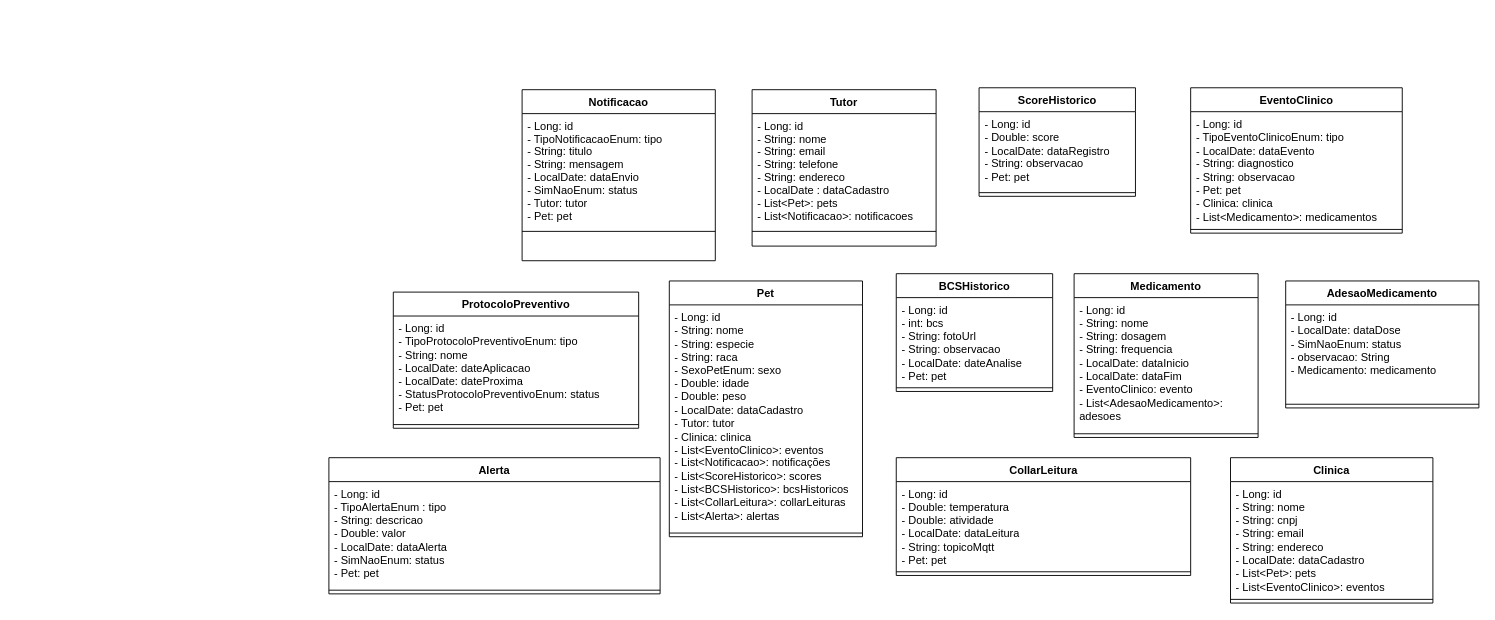
The draw.io diagram PetTrack.drawio in Challenge-PetTrack/JAVA-ADVANCED, before the edit. Source tidied: cells renumbered, new cells numbered last; positions are measured from the earlier drawing's top-left corner, leaving out a move shared by most shapes. Both pictures are drawn from the tidied source at 92%, with x=0, y=0 at pixel (328, 87).
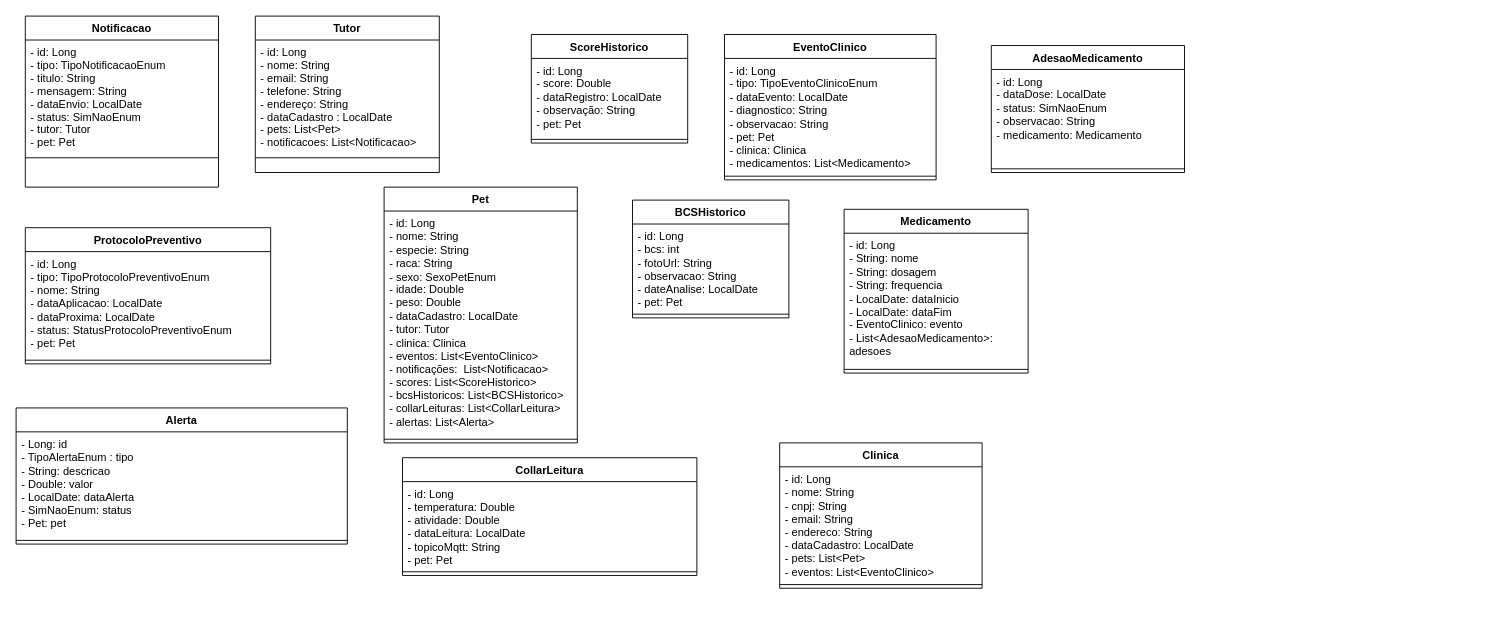
After the change.

Commit message (it also covers changes not shown here):
Arrumando diagrama de entidades e pdf

What changed in the source:
```diff
@@
     <mxCell id="2" value="Notificacao" style="swimlane;fontStyle=1;align=center;verticalAlign=top;horizontal=1;startSize=26;rounded=0;shadow=0;strokeWidth=1;" parent="1" vertex="1">
-      <mxGeometry x="210" y="2" width="210" height="185.9" as="geometry" />
+      <mxGeometry x="-330" y="-78" width="210" height="185.9" as="geometry" />
     </mxCell>
-    <mxCell id="3" value="- Long: id&#10;- TipoNotificacaoEnum: tipo&#10;- String: titulo&#10;- String: mensagem&#10;- LocalDate: dataEnvio&#10;- SimNaoEnum: status&#10;- Tutor: tutor&#10;- Pet: pet" style="text;align=left;verticalAlign=top;spacingLeft=4;spacingRight=4;overflow=hidden;rounded=0;shadow=0;html=0;" parent="2" vertex="1">
+    <mxCell id="3" value="- id: Long&#10;- tipo: TipoNotificacaoEnum&#10;- titulo: String&#10;- mensagem: String&#10;- dataEnvio: LocalDate&#10;- status: SimNaoEnum&#10;- tutor: Tutor&#10;- pet: Pet" style="text;align=left;verticalAlign=top;spacingLeft=4;spacingRight=4;overflow=hidden;rounded=0;shadow=0;html=0;" parent="2" vertex="1">
       <mxGeometry y="26" width="210" height="124" as="geometry" />
     </mxCell>
@@
     <mxCell id="5" value="Tutor" style="swimlane;fontStyle=1;align=center;verticalAlign=top;horizontal=1;startSize=26;rounded=0;shadow=0;strokeWidth=1;" parent="1" vertex="1">
-      <mxGeometry x="460" y="2" width="200" height="170" as="geometry" />
+      <mxGeometry x="-80" y="-78" width="200" height="170" as="geometry" />
     </mxCell>
-    <mxCell id="6" value="- Long: id&#10;- String: nome&#10;- String: email&#10;- String: telefone&#10;- String: endereco&#10;- LocalDate : dataCadastro&#10;- List&lt;Pet&gt;: pets&#10;- List&lt;Notificacao&gt;: notificacoes&#10;" style="text;align=left;verticalAlign=top;spacingLeft=4;spacingRight=4;overflow=hidden;rounded=0;shadow=0;html=0;" parent="5" vertex="1">
+    <mxCell id="6" value="- id: Long&#10;- nome: String&#10;- email: String&#10;- telefone: String&#10;- endereço: String&#10;- dataCadastro : LocalDate&#10;- pets: List&lt;Pet&gt;&#10;- notificacoes: List&lt;Notificacao&gt;&#10;" style="text;align=left;verticalAlign=top;spacingLeft=4;spacingRight=4;overflow=hidden;rounded=0;shadow=0;html=0;" parent="5" vertex="1">
       <mxGeometry y="26" width="200" height="124" as="geometry" />
     </mxCell>
@@
     <mxCell id="8" value="ScoreHistorico" style="swimlane;fontStyle=1;align=center;verticalAlign=top;horizontal=1;startSize=26;whiteSpace=wrap;html=1;" parent="1" vertex="1">
-      <mxGeometry x="706.7" y="-0.1" width="170" height="118" as="geometry" />
+      <mxGeometry x="220" y="-58" width="170" height="118" as="geometry" />
     </mxCell>
-    <mxCell id="9" value="- Long: id&lt;div&gt;- Double: score&lt;/div&gt;&lt;div&gt;- LocalDate: dataRegistro&lt;/div&gt;&lt;div&gt;- String: observacao&lt;/div&gt;&lt;div&gt;- Pet: pet&lt;br&gt;&lt;/div&gt;" style="text;strokeColor=none;fillColor=none;align=left;verticalAlign=top;spacingLeft=4;spacingRight=4;overflow=hidden;whiteSpace=wrap;html=1;" parent="8" vertex="1">
+    <mxCell id="9" value="- id: Long&lt;div&gt;- score: Double&lt;/div&gt;&lt;div&gt;- dataRegistro: LocalDate&lt;/div&gt;&lt;div&gt;- observação: String&lt;/div&gt;&lt;div&gt;- pet: Pet&lt;br&gt;&lt;/div&gt;" style="text;strokeColor=none;fillColor=none;align=left;verticalAlign=top;spacingLeft=4;spacingRight=4;overflow=hidden;whiteSpace=wrap;html=1;" parent="8" vertex="1">
       <mxGeometry y="26" width="170" height="84" as="geometry" />
     </mxCell>
@@
     <mxCell id="11" value="EventoClinico" style="swimlane;fontStyle=1;align=center;verticalAlign=top;horizontal=1;startSize=26;whiteSpace=wrap;html=1;" parent="1" vertex="1">
-      <mxGeometry x="936.7" y="-0.1" width="230" height="158" as="geometry" />
+      <mxGeometry x="430" y="-58" width="230" height="158" as="geometry" />
     </mxCell>
-    <mxCell id="12" value="- Long: id&lt;div&gt;- TipoEventoClinicoEnum: tipo&lt;/div&gt;&lt;div&gt;- LocalDate: dataEvento&lt;/div&gt;&lt;div&gt;- String: diagnostico&lt;/div&gt;&lt;div&gt;- String: observacao&lt;/div&gt;&lt;div&gt;- Pet: pet&lt;/div&gt;&lt;div&gt;- Clinica: clinica&lt;/div&gt;&lt;div&gt;- List&amp;lt;Medicamento&amp;gt;: medicamentos&lt;br&gt;&lt;/div&gt;" style="text;strokeColor=none;fillColor=none;align=left;verticalAlign=top;spacingLeft=4;spacingRight=4;overflow=hidden;whiteSpace=wrap;html=1;" parent="11" vertex="1">
+    <mxCell id="12" value="- id: Long&lt;div&gt;- tipo: TipoEventoClinicoEnum&lt;/div&gt;&lt;div&gt;- dataEvento: LocalDate&lt;/div&gt;&lt;div&gt;- diagnostico: String&lt;/div&gt;&lt;div&gt;- observacao: String&lt;/div&gt;&lt;div&gt;- pet: Pet&lt;/div&gt;&lt;div&gt;- clinica: Clinica&lt;/div&gt;&lt;div&gt;- medicamentos: List&amp;lt;Medicamento&amp;gt;&lt;br&gt;&lt;/div&gt;" style="text;strokeColor=none;fillColor=none;align=left;verticalAlign=top;spacingLeft=4;spacingRight=4;overflow=hidden;whiteSpace=wrap;html=1;" parent="11" vertex="1">
       <mxGeometry y="26" width="230" height="124" as="geometry" />
     </mxCell>
@@
     <mxCell id="14" value="ProtocoloPreventivo" style="swimlane;fontStyle=1;align=center;verticalAlign=top;horizontal=1;startSize=26;whiteSpace=wrap;html=1;" parent="1" vertex="1">
-      <mxGeometry x="70" y="222" width="266.7" height="148" as="geometry" />
+      <mxGeometry x="-330" y="152" width="266.7" height="148" as="geometry" />
     </mxCell>
-    <mxCell id="15" value="- Long: id&lt;div&gt;- TipoProtocoloPreventivoEnum: tipo&lt;/div&gt;&lt;div&gt;- String: nome&lt;/div&gt;&lt;div&gt;- LocalDate: dateAplicacao&lt;/div&gt;&lt;div&gt;- LocalDate: dateProxima&lt;/div&gt;&lt;div&gt;- StatusProtocoloPreventivoEnum: status&lt;/div&gt;&lt;div&gt;- Pet: pet&lt;/div&gt;" style="text;strokeColor=none;fillColor=none;align=left;verticalAlign=top;spacingLeft=4;spacingRight=4;overflow=hidden;whiteSpace=wrap;html=1;" parent="14" vertex="1">
+    <mxCell id="15" value="- id: Long&lt;div&gt;- tipo: TipoProtocoloPreventivoEnum&lt;/div&gt;&lt;div&gt;- nome: String&lt;/div&gt;&lt;div&gt;- dataAplicacao: LocalDate&lt;/div&gt;&lt;div&gt;- dataProxima: LocalDate&lt;/div&gt;&lt;div&gt;- status: StatusProtocoloPreventivoEnum&lt;/div&gt;&lt;div&gt;- pet: Pet&lt;/div&gt;" style="text;strokeColor=none;fillColor=none;align=left;verticalAlign=top;spacingLeft=4;spacingRight=4;overflow=hidden;whiteSpace=wrap;html=1;" parent="14" vertex="1">
       <mxGeometry y="26" width="266.7" height="114" as="geometry" />
     </mxCell>
@@
     <mxCell id="17" value="Pet" style="swimlane;fontStyle=1;align=center;verticalAlign=top;horizontal=1;startSize=26;whiteSpace=wrap;html=1;" parent="1" vertex="1">
-      <mxGeometry x="370" y="209.9" width="210" height="278" as="geometry" />
+      <mxGeometry x="60" y="107.9" width="210" height="278" as="geometry" />
     </mxCell>
-    <mxCell id="18" value="- Long: id&lt;div&gt;- String: nome&lt;/div&gt;&lt;div&gt;- String: especie&lt;/div&gt;&lt;div&gt;- String: raca&lt;/div&gt;&lt;div&gt;- SexoPetEnum: sexo&lt;/div&gt;&lt;div&gt;- Double: idade&lt;/div&gt;&lt;div&gt;- Double: peso&lt;/div&gt;&lt;div&gt;- LocalDate: dataCadastro&lt;/div&gt;&lt;div&gt;- Tutor: tutor&lt;/div&gt;&lt;div&gt;- Clinica: clinica&lt;/div&gt;&lt;div&gt;- List&amp;lt;EventoClinico&amp;gt;: eventos&lt;/div&gt;&lt;div&gt;- List&amp;lt;Notificacao&amp;gt;: notificações&lt;br&gt;&lt;/div&gt;&lt;div&gt;- List&amp;lt;ScoreHistorico&amp;gt;: scores&lt;br&gt;&lt;/div&gt;&lt;div&gt;- List&amp;lt;BCSHistorico&amp;gt;: bcsHistoricos&lt;br&gt;&lt;/div&gt;&lt;div&gt;- List&amp;lt;CollarLeitura&amp;gt;: collarLeituras&lt;br&gt;&lt;/div&gt;&lt;div&gt;- List&amp;lt;Alerta&amp;gt;: alertas&lt;br&gt;&lt;/div&gt;" style="text;strokeColor=none;fillColor=none;align=left;verticalAlign=top;spacingLeft=4;spacingRight=4;overflow=hidden;whiteSpace=wrap;html=1;" parent="17" vertex="1">
+    <mxCell id="18" value="- id: Long&lt;div&gt;- nome: String&lt;/div&gt;&lt;div&gt;- especie: String&lt;/div&gt;&lt;div&gt;- raca: String&lt;/div&gt;&lt;div&gt;- sexo: SexoPetEnum&lt;/div&gt;&lt;div&gt;- idade: Double&lt;/div&gt;&lt;div&gt;- peso: Double&lt;/div&gt;&lt;div&gt;- dataCadastro: LocalDate&lt;/div&gt;&lt;div&gt;- tutor: Tutor&lt;/div&gt;&lt;div&gt;- clinica: Clinica&lt;/div&gt;&lt;div&gt;- eventos: List&amp;lt;EventoClinico&amp;gt;&lt;/div&gt;&lt;div&gt;- notificações: &amp;nbsp;List&amp;lt;Notificacao&amp;gt;&lt;br&gt;&lt;/div&gt;&lt;div&gt;- scores: List&amp;lt;ScoreHistorico&amp;gt;&lt;br&gt;&lt;/div&gt;&lt;div&gt;- bcsHistoricos: List&amp;lt;BCSHistorico&amp;gt;&lt;br&gt;&lt;/div&gt;&lt;div&gt;- collarLeituras: List&amp;lt;CollarLeitura&amp;gt;&lt;br&gt;&lt;/div&gt;&lt;div&gt;- alertas: List&amp;lt;Alerta&amp;gt;&lt;br&gt;&lt;/div&gt;" style="text;strokeColor=none;fillColor=none;align=left;verticalAlign=top;spacingLeft=4;spacingRight=4;overflow=hidden;whiteSpace=wrap;html=1;" parent="17" vertex="1">
       <mxGeometry y="26" width="210" height="244" as="geometry" />
     </mxCell>
@@
     <mxCell id="20" value="BCSHistorico" style="swimlane;fontStyle=1;align=center;verticalAlign=top;horizontal=1;startSize=26;whiteSpace=wrap;html=1;" parent="1" vertex="1">
-      <mxGeometry x="616.7" y="202" width="170" height="128" as="geometry" />
+      <mxGeometry x="330" y="122" width="170" height="128" as="geometry" />
     </mxCell>
-    <mxCell id="21" value="- Long: id&lt;div&gt;- int: bcs&lt;/div&gt;&lt;div&gt;- String: fotoUrl&lt;/div&gt;&lt;div&gt;- String: observacao&lt;/div&gt;&lt;div&gt;- LocalDate: dateAnalise&lt;/div&gt;&lt;div&gt;- Pet: pet&lt;/div&gt;" style="text;strokeColor=none;fillColor=none;align=left;verticalAlign=top;spacingLeft=4;spacingRight=4;overflow=hidden;whiteSpace=wrap;html=1;" parent="20" vertex="1">
+    <mxCell id="21" value="- id: Long&lt;div&gt;- bcs: int&lt;/div&gt;&lt;div&gt;- fotoUrl: String&lt;/div&gt;&lt;div&gt;- observacao: String&lt;/div&gt;&lt;div&gt;- dateAnalise: LocalDate&lt;/div&gt;&lt;div&gt;- pet: Pet&lt;/div&gt;" style="text;strokeColor=none;fillColor=none;align=left;verticalAlign=top;spacingLeft=4;spacingRight=4;overflow=hidden;whiteSpace=wrap;html=1;" parent="20" vertex="1">
       <mxGeometry y="26" width="170" height="94" as="geometry" />
     </mxCell>
@@
     <mxCell id="23" value="Medicamento&lt;div&gt;&lt;br&gt;&lt;/div&gt;" style="swimlane;fontStyle=1;align=center;verticalAlign=top;horizontal=1;startSize=26;whiteSpace=wrap;html=1;" parent="1" vertex="1">
-      <mxGeometry x="810" y="202" width="200" height="178" as="geometry" />
+      <mxGeometry x="560" y="132" width="200" height="178" as="geometry" />
     </mxCell>
-    <mxCell id="24" value="- Long: id&lt;div&gt;- String: nome&lt;/div&gt;&lt;div&gt;- String: dosagem&amp;nbsp;&lt;/div&gt;&lt;div&gt;- String: frequencia&lt;/div&gt;&lt;div&gt;- LocalDate: dataInicio&lt;/div&gt;&lt;div&gt;- LocalDate: dataFim&lt;/div&gt;&lt;div&gt;- EventoClinico: evento&lt;/div&gt;&lt;div&gt;- List&amp;lt;AdesaoMedicamento&amp;gt;: adesoes&lt;br&gt;&lt;/div&gt;" style="text;strokeColor=none;fillColor=none;align=left;verticalAlign=top;spacingLeft=4;spacingRight=4;overflow=hidden;whiteSpace=wrap;html=1;" parent="23" vertex="1">
+    <mxCell id="24" value="- id: Long&lt;div&gt;- String: nome&lt;/div&gt;&lt;div&gt;- String: dosagem&amp;nbsp;&lt;/div&gt;&lt;div&gt;- String: frequencia&lt;/div&gt;&lt;div&gt;- LocalDate: dataInicio&lt;/div&gt;&lt;div&gt;- LocalDate: dataFim&lt;/div&gt;&lt;div&gt;- EventoClinico: evento&lt;/div&gt;&lt;div&gt;- List&amp;lt;AdesaoMedicamento&amp;gt;: adesoes&lt;br&gt;&lt;/div&gt;" style="text;strokeColor=none;fillColor=none;align=left;verticalAlign=top;spacingLeft=4;spacingRight=4;overflow=hidden;whiteSpace=wrap;html=1;" parent="23" vertex="1">
       <mxGeometry y="26" width="200" height="144" as="geometry" />
     </mxCell>
@@
     <mxCell id="26" value="Alerta" style="swimlane;fontStyle=1;align=center;verticalAlign=top;horizontal=1;startSize=26;whiteSpace=wrap;html=1;" parent="1" vertex="1">
-      <mxGeometry y="402" width="360" height="148" as="geometry" />
+      <mxGeometry x="-340" y="347.9" width="360" height="148" as="geometry" />
     </mxCell>
@@
     <mxCell id="29" value="CollarLeitura" style="swimlane;fontStyle=1;align=center;verticalAlign=top;horizontal=1;startSize=26;whiteSpace=wrap;html=1;" parent="1" vertex="1">
-      <mxGeometry x="616.7" y="402" width="320" height="128" as="geometry" />
+      <mxGeometry x="80" y="402" width="320" height="128" as="geometry" />
     </mxCell>
-    <mxCell id="30" value="- Long: id&lt;div&gt;- Double: temperatura&lt;/div&gt;&lt;div&gt;- Double: atividade&lt;/div&gt;&lt;div&gt;- LocalDate: dataLeitura&lt;/div&gt;&lt;div&gt;- String: topicoMqtt&lt;/div&gt;&lt;div&gt;- Pet: pet&lt;/div&gt;" style="text;strokeColor=none;fillColor=none;align=left;verticalAlign=top;spacingLeft=4;spacingRight=4;overflow=hidden;whiteSpace=wrap;html=1;" parent="29" vertex="1">
+    <mxCell id="30" value="- id: Long&lt;div&gt;- temperatura: Double&lt;/div&gt;&lt;div&gt;- atividade: Double&lt;/div&gt;&lt;div&gt;- dataLeitura: LocalDate&lt;/div&gt;&lt;div&gt;- topicoMqtt: String&lt;/div&gt;&lt;div&gt;- pet: Pet&lt;/div&gt;" style="text;strokeColor=none;fillColor=none;align=left;verticalAlign=top;spacingLeft=4;spacingRight=4;overflow=hidden;whiteSpace=wrap;html=1;" parent="29" vertex="1">
       <mxGeometry y="26" width="320" height="94" as="geometry" />
     </mxCell>
@@
     <mxCell id="32" value="Clinica" style="swimlane;fontStyle=1;align=center;verticalAlign=top;horizontal=1;startSize=26;whiteSpace=wrap;html=1;" parent="1" vertex="1">
-      <mxGeometry x="980" y="402" width="220" height="158" as="geometry" />
+      <mxGeometry x="490" y="385.9" width="220" height="158" as="geometry" />
     </mxCell>
-    <mxCell id="33" value="- Long: id&lt;div&gt;- String: nome&lt;/div&gt;&lt;div&gt;- String: cnpj&lt;/div&gt;&lt;div&gt;- String: email&lt;/div&gt;&lt;div&gt;- String: endereco&lt;/div&gt;&lt;div&gt;- LocalDate: dataCadastro&lt;/div&gt;&lt;div&gt;- List&amp;lt;Pet&amp;gt;: pets&lt;br&gt;&lt;/div&gt;&lt;div&gt;- List&amp;lt;EventoClinico&amp;gt;: eventos&lt;br&gt;&lt;/div&gt;" style="text;strokeColor=none;fillColor=none;align=left;verticalAlign=top;spacingLeft=4;spacingRight=4;overflow=hidden;whiteSpace=wrap;html=1;" parent="32" vertex="1">
+    <mxCell id="33" value="- id: Long&lt;div&gt;- nome: String&lt;/div&gt;&lt;div&gt;- cnpj: String&lt;/div&gt;&lt;div&gt;- email: String&lt;/div&gt;&lt;div&gt;- endereco: String&lt;/div&gt;&lt;div&gt;- dataCadastro: LocalDate&lt;/div&gt;&lt;div&gt;- pets: List&amp;lt;Pet&amp;gt;&lt;br&gt;&lt;/div&gt;&lt;div&gt;- eventos: List&amp;lt;EventoClinico&amp;gt;&lt;br&gt;&lt;/div&gt;" style="text;strokeColor=none;fillColor=none;align=left;verticalAlign=top;spacingLeft=4;spacingRight=4;overflow=hidden;whiteSpace=wrap;html=1;" parent="32" vertex="1">
       <mxGeometry y="26" width="220" height="124" as="geometry" />
     </mxCell>
@@
     <mxCell id="35" value="AdesaoMedicamento" style="swimlane;fontStyle=1;align=center;verticalAlign=top;horizontal=1;startSize=26;whiteSpace=wrap;html=1;" parent="1" vertex="1">
-      <mxGeometry x="1040" y="209.9" width="210" height="138" as="geometry" />
+      <mxGeometry x="720" y="-46" width="210" height="138" as="geometry" />
     </mxCell>
-    <mxCell id="36" value="- Long: id&lt;div&gt;- LocalDate: dataDose&lt;/div&gt;&lt;div&gt;-&amp;nbsp;&lt;span style=&quot;white-space: nowrap;&quot;&gt;SimNaoEnum&lt;/span&gt;: status&lt;/div&gt;&lt;div&gt;- observacao: String&lt;/div&gt;&lt;div&gt;- Medicamento: medicamento&lt;/div&gt;" style="text;strokeColor=none;fillColor=none;align=left;verticalAlign=top;spacingLeft=4;spacingRight=4;overflow=hidden;whiteSpace=wrap;html=1;" parent="35" vertex="1">
+    <mxCell id="36" value="- id: Long&lt;div&gt;- dataDose: LocalDate&lt;/div&gt;&lt;div&gt;-&amp;nbsp;&lt;span style=&quot;white-space: nowrap;&quot;&gt;status&lt;/span&gt;:&amp;nbsp;&lt;span style=&quot;white-space: nowrap;&quot;&gt;SimNaoEnum&lt;/span&gt;&lt;/div&gt;&lt;div&gt;- observacao: String&lt;/div&gt;&lt;div&gt;- medicamento: Medicamento&lt;/div&gt;" style="text;strokeColor=none;fillColor=none;align=left;verticalAlign=top;spacingLeft=4;spacingRight=4;overflow=hidden;whiteSpace=wrap;html=1;" parent="35" vertex="1">
       <mxGeometry y="26" width="210" height="104" as="geometry" />
     </mxCell>
```
